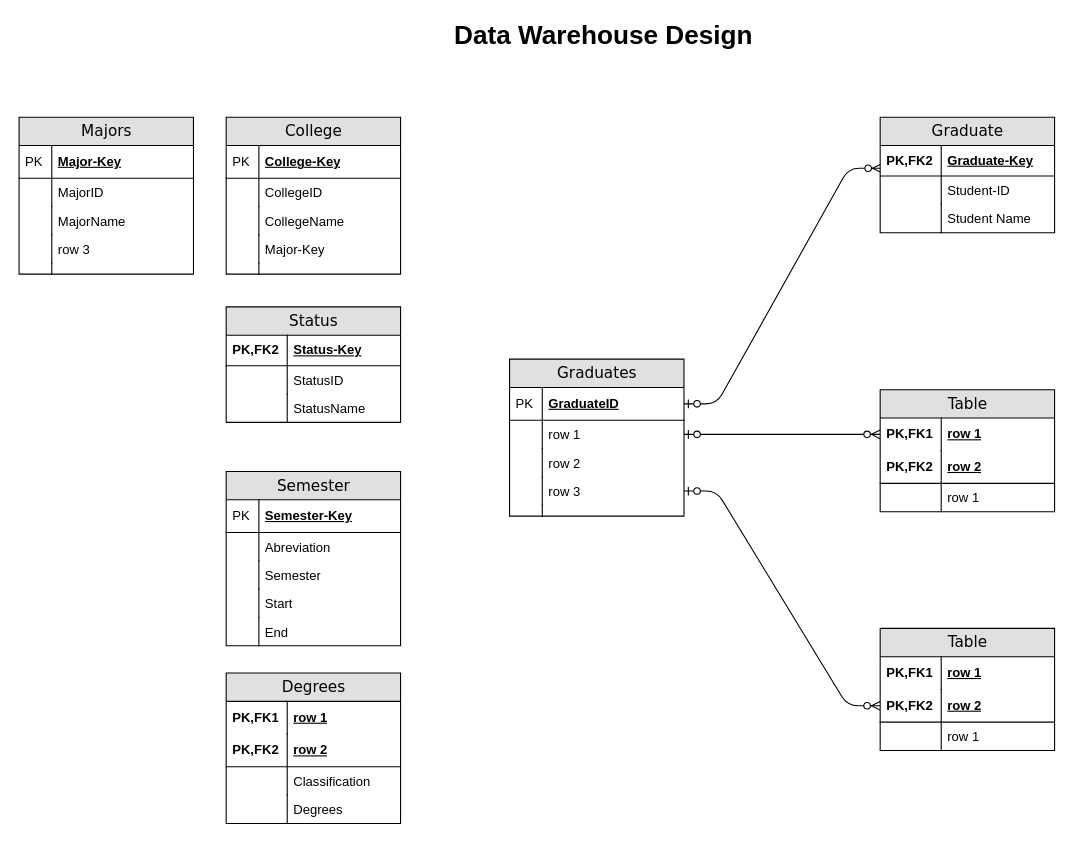
Earlier version of the draw.io diagram DataWarehousingDiagram.drawio (JoshuaFarara/DataWarehouse_ProjectReport). Source tidied: cells renumbered, new cells numbered last; positions are measured from the earlier drawing's top-left corner, leaving out a move shared by most shapes. Both pictures are drawn from the tidied source at 109%, with x=0, y=0 at pixel (19, 19).
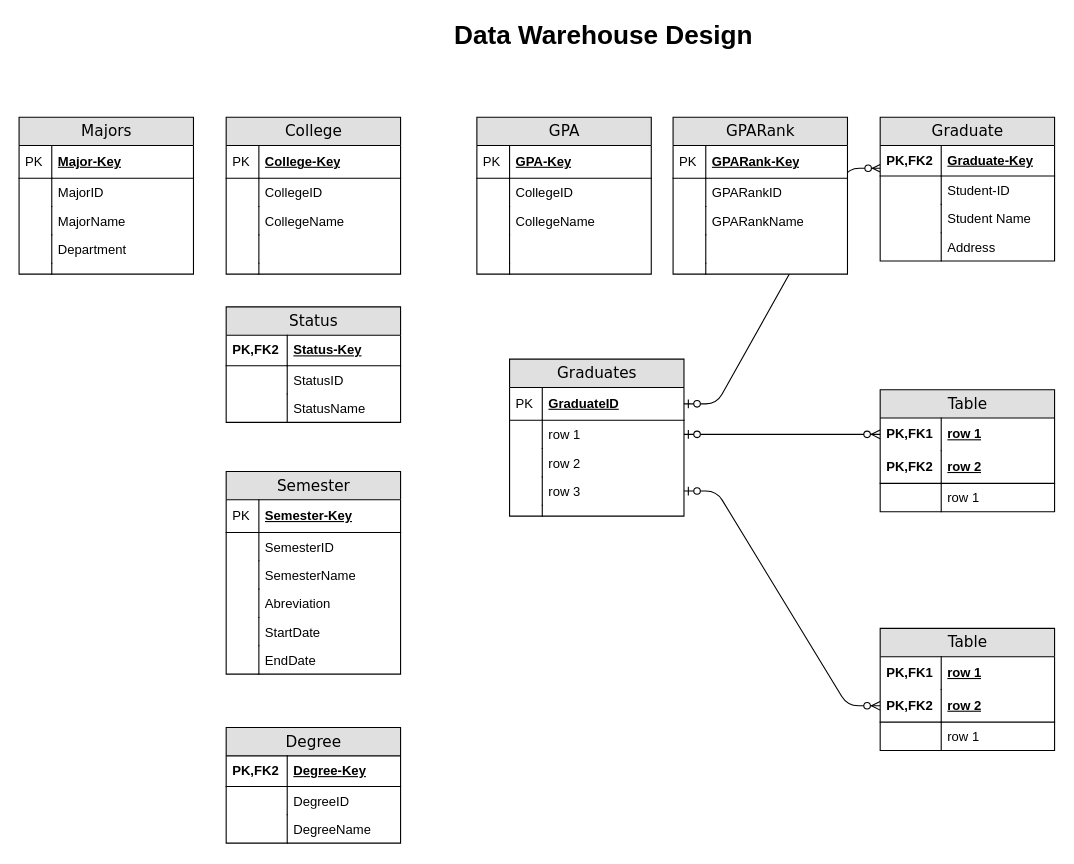
The same diagram, later.

Unchanged cells that the change refers to:
```xml
<mxCell id="9" value="Majors" style="swimlane;html=1;fontStyle=0;horizontal=1;startSize=26;fillColor=#e0e0e0;swimlaneFillColor=#ffffff;align=center;rounded=0;shadow=0;comic=0;labelBackgroundColor=none;strokeWidth=1;fontFamily=Verdana;fontSize=14;swimlaneLine=1;" parent="1" vertex="1">
  <mxGeometry y="90" width="160" height="144" as="geometry" />
</mxCell>
<mxCell id="68" value="College" style="swimlane;html=1;fontStyle=0;horizontal=1;startSize=26;fillColor=#e0e0e0;swimlaneFillColor=#ffffff;align=center;rounded=0;shadow=0;comic=0;labelBackgroundColor=none;strokeWidth=1;fontFamily=Verdana;fontSize=14;" parent="1" vertex="1">
  <mxGeometry x="190" y="90" width="160" height="144" as="geometry" />
</mxCell>
```

What changed in the source:
```diff
@@
-    <mxCell id="16" value="row 3" style="shape=partialRectangle;top=0;left=0;right=0;bottom=0;html=1;align=left;verticalAlign=top;fillColor=none;spacingLeft=34;spacingRight=4;whiteSpace=wrap;overflow=hidden;" parent="9" vertex="1">
+    <mxCell id="16" value="Department" style="shape=partialRectangle;top=0;left=0;right=0;bottom=0;html=1;align=left;verticalAlign=top;fillColor=none;spacingLeft=34;spacingRight=4;whiteSpace=wrap;overflow=hidden;" parent="9" vertex="1">
       <mxGeometry y="108" width="160" height="26" as="geometry" />
     </mxCell>
@@
     <mxCell id="20" value="Semester" style="swimlane;html=1;fontStyle=0;horizontal=1;startSize=26;fillColor=#e0e0e0;swimlaneFillColor=#ffffff;align=center;rounded=0;shadow=0;comic=0;labelBackgroundColor=none;strokeWidth=1;fontFamily=Verdana;fontSize=14;" parent="1" vertex="1">
-      <mxGeometry x="190" y="415" width="160" height="160" as="geometry" />
+      <mxGeometry x="190" y="415" width="160" height="186" as="geometry" />
     </mxCell>
@@
-    <mxCell id="23" value="Abreviation" style="shape=partialRectangle;top=0;left=0;right=0;bottom=0;html=1;align=left;verticalAlign=top;fillColor=none;spacingLeft=34;spacingRight=4;whiteSpace=wrap;overflow=hidden;" parent="20" vertex="1">
+    <mxCell id="23" value="SemesterID" style="shape=partialRectangle;top=0;left=0;right=0;bottom=0;html=1;align=left;verticalAlign=top;fillColor=none;spacingLeft=34;spacingRight=4;whiteSpace=wrap;overflow=hidden;" parent="20" vertex="1">
       <mxGeometry y="56" width="160" height="26" as="geometry" />
     </mxCell>
@@
-    <mxCell id="25" value="Semester" style="shape=partialRectangle;top=0;left=0;right=0;bottom=0;html=1;align=left;verticalAlign=top;fillColor=none;spacingLeft=34;spacingRight=4;whiteSpace=wrap;overflow=hidden;" parent="20" vertex="1">
+    <mxCell id="25" value="SemesterName" style="shape=partialRectangle;top=0;left=0;right=0;bottom=0;html=1;align=left;verticalAlign=top;fillColor=none;spacingLeft=34;spacingRight=4;whiteSpace=wrap;overflow=hidden;" parent="20" vertex="1">
       <mxGeometry y="82" width="160" height="26" as="geometry" />
     </mxCell>
@@
+    <mxCell id="87" value="Abreviation" style="shape=partialRectangle;top=0;left=0;right=0;bottom=0;html=1;align=left;verticalAlign=top;fillColor=none;spacingLeft=34;spacingRight=4;whiteSpace=wrap;overflow=hidden;" parent="20" vertex="1">
+      <mxGeometry y="108" width="160" height="26" as="geometry" />
+    </mxCell>
+    <mxCell id="88" style="shape=partialRectangle;top=0;left=0;bottom=0;html=1;fillColor=none;align=left;verticalAlign=top;spacingLeft=4;spacingRight=4;whiteSpace=wrap;overflow=hidden;" parent="87" vertex="1">
+      <mxGeometry width="30" height="26" as="geometry" />
+    </mxCell>
-    <mxCell id="27" value="Start" style="shape=partialRectangle;top=0;left=0;right=0;bottom=0;html=1;align=left;verticalAlign=top;fillColor=none;spacingLeft=34;spacingRight=4;whiteSpace=wrap;overflow=hidden;" parent="20" vertex="1">
-      <mxGeometry y="108" width="160" height="26" as="geometry" />
+    <mxCell id="27" value="StartDate" style="shape=partialRectangle;top=0;left=0;right=0;bottom=0;html=1;align=left;verticalAlign=top;fillColor=none;spacingLeft=34;spacingRight=4;whiteSpace=wrap;overflow=hidden;" parent="20" vertex="1">
+      <mxGeometry y="134" width="160" height="26" as="geometry" />
     </mxCell>
@@
-    <mxCell id="29" value="End" style="shape=partialRectangle;top=0;left=0;right=0;bottom=0;html=1;align=left;verticalAlign=top;fillColor=none;spacingLeft=34;spacingRight=4;whiteSpace=wrap;overflow=hidden;" parent="20" vertex="1">
-      <mxGeometry y="134" width="160" height="26" as="geometry" />
+    <mxCell id="29" value="EndDate" style="shape=partialRectangle;top=0;left=0;right=0;bottom=0;html=1;align=left;verticalAlign=top;fillColor=none;spacingLeft=34;spacingRight=4;whiteSpace=wrap;overflow=hidden;" parent="20" vertex="1">
+      <mxGeometry y="160" width="160" height="26" as="geometry" />
     </mxCell>
@@
-    <mxCell id="42" value="Degrees" style="swimlane;html=1;fontStyle=0;horizontal=1;startSize=26;fillColor=#e0e0e0;swimlaneFillColor=#ffffff;align=center;rounded=0;shadow=0;comic=0;labelBackgroundColor=none;strokeWidth=1;fontFamily=Verdana;fontSize=14;" parent="1" vertex="1">
-      <mxGeometry x="190" y="600" width="160" height="138" as="geometry" />
-    </mxCell>
-    <mxCell id="43" value="row 1" style="shape=partialRectangle;top=0;left=0;right=0;bottom=0;html=1;align=left;verticalAlign=middle;fillColor=none;spacingLeft=60;spacingRight=4;whiteSpace=wrap;overflow=hidden;fontStyle=5;" parent="42" vertex="1">
-      <mxGeometry y="26" width="160" height="30" as="geometry" />
-    </mxCell>
-    <mxCell id="44" value="PK,FK1" style="shape=partialRectangle;fontStyle=1;top=0;left=0;bottom=0;html=1;fillColor=none;align=left;verticalAlign=middle;spacingLeft=4;spacingRight=4;whiteSpace=wrap;overflow=hidden;" parent="43" vertex="1">
-      <mxGeometry width="56" height="30" as="geometry" />
-    </mxCell>
-    <mxCell id="45" value="row 2" style="shape=partialRectangle;top=0;left=0;right=0;bottom=1;html=1;align=left;verticalAlign=middle;fillColor=none;spacingLeft=60;spacingRight=4;whiteSpace=wrap;overflow=hidden;fontStyle=5;" parent="42" vertex="1">
-      <mxGeometry y="56" width="160" height="30" as="geometry" />
-    </mxCell>
-    <mxCell id="46" value="PK,FK2" style="shape=partialRectangle;fontStyle=1;top=0;left=0;bottom=0;html=1;fillColor=none;align=left;verticalAlign=middle;spacingLeft=4;spacingRight=4;whiteSpace=wrap;overflow=hidden;" parent="45" vertex="1">
-      <mxGeometry width="56" height="30" as="geometry" />
-    </mxCell>
-    <mxCell id="47" value="Classification" style="shape=partialRectangle;top=0;left=0;right=0;bottom=0;html=1;align=left;verticalAlign=top;fillColor=none;spacingLeft=60;spacingRight=4;whiteSpace=wrap;overflow=hidden;" parent="42" vertex="1">
-      <mxGeometry y="86" width="160" height="26" as="geometry" />
-    </mxCell>
-    <mxCell id="48" style="shape=partialRectangle;top=0;left=0;bottom=0;html=1;fillColor=none;align=left;verticalAlign=top;spacingLeft=4;spacingRight=4;whiteSpace=wrap;overflow=hidden;" parent="47" vertex="1">
-      <mxGeometry width="56" height="26" as="geometry" />
-    </mxCell>
-    <mxCell id="49" value="Degrees" style="shape=partialRectangle;top=0;left=0;right=0;bottom=0;html=1;align=left;verticalAlign=top;fillColor=none;spacingLeft=60;spacingRight=4;whiteSpace=wrap;overflow=hidden;" parent="42" vertex="1">
-      <mxGeometry y="112" width="160" height="26" as="geometry" />
-    </mxCell>
-    <mxCell id="50" style="shape=partialRectangle;top=0;left=0;bottom=0;html=1;fillColor=none;align=left;verticalAlign=top;spacingLeft=4;spacingRight=4;whiteSpace=wrap;overflow=hidden;" parent="49" vertex="1">
-      <mxGeometry width="56" height="26" as="geometry" />
-    </mxCell>
@@
-    <mxCell id="75" value="Major-Key" style="shape=partialRectangle;top=0;left=0;right=0;bottom=0;html=1;align=left;verticalAlign=top;fillColor=none;spacingLeft=34;spacingRight=4;whiteSpace=wrap;overflow=hidden;" parent="68" vertex="1">
+    <mxCell id="75" style="shape=partialRectangle;top=0;left=0;right=0;bottom=0;html=1;align=left;verticalAlign=top;fillColor=none;spacingLeft=34;spacingRight=4;whiteSpace=wrap;overflow=hidden;" parent="68" vertex="1">
       <mxGeometry y="108" width="160" height="26" as="geometry" />
     </mxCell>
@@
     <mxCell id="80" value="Graduate" style="swimlane;html=1;fontStyle=0;horizontal=1;startSize=26;fillColor=#e0e0e0;swimlaneFillColor=#ffffff;align=center;rounded=0;shadow=0;comic=0;labelBackgroundColor=none;strokeWidth=1;fontFamily=Verdana;fontSize=14;" parent="1" vertex="1">
-      <mxGeometry x="790" y="90" width="160" height="106" as="geometry" />
+      <mxGeometry x="790" y="90" width="160" height="132" as="geometry" />
     </mxCell>
@@
+    <mxCell id="89" value="Address" style="shape=partialRectangle;top=0;left=0;right=0;bottom=0;html=1;align=left;verticalAlign=top;fillColor=none;spacingLeft=60;spacingRight=4;whiteSpace=wrap;overflow=hidden;" parent="80" vertex="1">
+      <mxGeometry y="106" width="160" height="26" as="geometry" />
+    </mxCell>
+    <mxCell id="90" style="shape=partialRectangle;top=0;left=0;bottom=0;html=1;fillColor=none;align=left;verticalAlign=top;spacingLeft=4;spacingRight=4;whiteSpace=wrap;overflow=hidden;" parent="89" vertex="1">
+      <mxGeometry width="56" height="26" as="geometry" />
+    </mxCell>
+    <mxCell id="91" value="Degree" style="swimlane;html=1;fontStyle=0;horizontal=1;startSize=26;fillColor=#e0e0e0;swimlaneFillColor=#ffffff;align=center;rounded=0;shadow=0;comic=0;labelBackgroundColor=none;strokeWidth=1;fontFamily=Verdana;fontSize=14;" parent="1" vertex="1">
+      <mxGeometry x="190" y="650" width="160" height="106" as="geometry" />
+    </mxCell>
+    <mxCell id="92" value="Degree-Key" style="shape=partialRectangle;top=0;left=0;right=0;bottom=1;html=1;align=left;verticalAlign=middle;fillColor=none;spacingLeft=60;spacingRight=4;whiteSpace=wrap;overflow=hidden;fontStyle=5;" parent="91" vertex="1">
+      <mxGeometry y="26" width="160" height="28" as="geometry" />
+    </mxCell>
+    <mxCell id="46" value="PK,FK2" style="shape=partialRectangle;fontStyle=1;top=0;left=0;bottom=0;html=1;fillColor=none;align=left;verticalAlign=middle;spacingLeft=4;spacingRight=4;whiteSpace=wrap;overflow=hidden;" parent="92" vertex="1">
+      <mxGeometry width="56" height="28" as="geometry" />
+    </mxCell>
+    <mxCell id="93" value="DegreeID" style="shape=partialRectangle;top=0;left=0;right=0;bottom=0;html=1;align=left;verticalAlign=top;fillColor=none;spacingLeft=60;spacingRight=4;whiteSpace=wrap;overflow=hidden;" parent="91" vertex="1">
+      <mxGeometry y="54" width="160" height="26" as="geometry" />
+    </mxCell>
+    <mxCell id="94" style="shape=partialRectangle;top=0;left=0;bottom=0;html=1;fillColor=none;align=left;verticalAlign=top;spacingLeft=4;spacingRight=4;whiteSpace=wrap;overflow=hidden;" parent="93" vertex="1">
+      <mxGeometry width="56" height="26" as="geometry" />
+    </mxCell>
+    <mxCell id="95" value="DegreeName" style="shape=partialRectangle;top=0;left=0;right=0;bottom=0;html=1;align=left;verticalAlign=top;fillColor=none;spacingLeft=60;spacingRight=4;whiteSpace=wrap;overflow=hidden;" parent="91" vertex="1">
+      <mxGeometry y="80" width="160" height="26" as="geometry" />
+    </mxCell>
+    <mxCell id="96" style="shape=partialRectangle;top=0;left=0;bottom=0;html=1;fillColor=none;align=left;verticalAlign=top;spacingLeft=4;spacingRight=4;whiteSpace=wrap;overflow=hidden;" parent="95" vertex="1">
+      <mxGeometry width="56" height="26" as="geometry" />
+    </mxCell>
+    <mxCell id="97" value="GPA" style="swimlane;html=1;fontStyle=0;horizontal=1;startSize=26;fillColor=#e0e0e0;swimlaneFillColor=#ffffff;align=center;rounded=0;shadow=0;comic=0;labelBackgroundColor=none;strokeWidth=1;fontFamily=Verdana;fontSize=14;" parent="1" vertex="1">
+      <mxGeometry x="420" y="90" width="160" height="144" as="geometry" />
+    </mxCell>
+    <mxCell id="98" value="GPA-Key" style="shape=partialRectangle;top=0;left=0;right=0;bottom=1;html=1;align=left;verticalAlign=middle;fillColor=none;spacingLeft=34;spacingRight=4;whiteSpace=wrap;overflow=hidden;fontStyle=5;" parent="97" vertex="1">
+      <mxGeometry y="26" width="160" height="30" as="geometry" />
+    </mxCell>
+    <mxCell id="99" value="PK" style="shape=partialRectangle;top=0;left=0;bottom=0;html=1;fillColor=none;align=left;verticalAlign=middle;spacingLeft=4;spacingRight=4;whiteSpace=wrap;overflow=hidden;" parent="98" vertex="1">
+      <mxGeometry width="30" height="30" as="geometry" />
+    </mxCell>
+    <mxCell id="100" value="CollegeID" style="shape=partialRectangle;top=0;left=0;right=0;bottom=0;html=1;align=left;verticalAlign=top;fillColor=none;spacingLeft=34;spacingRight=4;whiteSpace=wrap;overflow=hidden;" parent="97" vertex="1">
+      <mxGeometry y="56" width="160" height="26" as="geometry" />
+    </mxCell>
+    <mxCell id="101" style="shape=partialRectangle;top=0;left=0;bottom=0;html=1;fillColor=none;align=left;verticalAlign=top;spacingLeft=4;spacingRight=4;whiteSpace=wrap;overflow=hidden;" parent="100" vertex="1">
+      <mxGeometry width="30" height="26" as="geometry" />
+    </mxCell>
+    <mxCell id="102" value="CollegeName" style="shape=partialRectangle;top=0;left=0;right=0;bottom=0;html=1;align=left;verticalAlign=top;fillColor=none;spacingLeft=34;spacingRight=4;whiteSpace=wrap;overflow=hidden;" parent="97" vertex="1">
+      <mxGeometry y="82" width="160" height="26" as="geometry" />
+    </mxCell>
+    <mxCell id="103" style="shape=partialRectangle;top=0;left=0;bottom=0;html=1;fillColor=none;align=left;verticalAlign=top;spacingLeft=4;spacingRight=4;whiteSpace=wrap;overflow=hidden;" parent="102" vertex="1">
+      <mxGeometry width="30" height="26" as="geometry" />
+    </mxCell>
+    <mxCell id="104" style="shape=partialRectangle;top=0;left=0;right=0;bottom=0;html=1;align=left;verticalAlign=top;fillColor=none;spacingLeft=34;spacingRight=4;whiteSpace=wrap;overflow=hidden;" parent="97" vertex="1">
+      <mxGeometry y="108" width="160" height="26" as="geometry" />
+    </mxCell>
+    <mxCell id="105" style="shape=partialRectangle;top=0;left=0;bottom=0;html=1;fillColor=none;align=left;verticalAlign=top;spacingLeft=4;spacingRight=4;whiteSpace=wrap;overflow=hidden;" parent="104" vertex="1">
+      <mxGeometry width="30" height="26" as="geometry" />
+    </mxCell>
+    <mxCell id="106" style="shape=partialRectangle;top=0;left=0;right=0;bottom=0;html=1;align=left;verticalAlign=top;fillColor=none;spacingLeft=34;spacingRight=4;whiteSpace=wrap;overflow=hidden;" parent="97" vertex="1">
+      <mxGeometry y="134" width="160" height="10" as="geometry" />
+    </mxCell>
+    <mxCell id="107" style="shape=partialRectangle;top=0;left=0;bottom=0;html=1;fillColor=none;align=left;verticalAlign=top;spacingLeft=4;spacingRight=4;whiteSpace=wrap;overflow=hidden;" parent="106" vertex="1">
+      <mxGeometry width="30" height="10" as="geometry" />
+    </mxCell>
+    <mxCell id="108" value="GPARank" style="swimlane;html=1;fontStyle=0;horizontal=1;startSize=26;fillColor=#e0e0e0;swimlaneFillColor=#ffffff;align=center;rounded=0;shadow=0;comic=0;labelBackgroundColor=none;strokeWidth=1;fontFamily=Verdana;fontSize=14;" parent="1" vertex="1">
+      <mxGeometry x="600" y="90" width="160" height="144" as="geometry" />
+    </mxCell>
+    <mxCell id="109" value="GPARank-Key" style="shape=partialRectangle;top=0;left=0;right=0;bottom=1;html=1;align=left;verticalAlign=middle;fillColor=none;spacingLeft=34;spacingRight=4;whiteSpace=wrap;overflow=hidden;fontStyle=5;" parent="108" vertex="1">
+      <mxGeometry y="26" width="160" height="30" as="geometry" />
+    </mxCell>
+    <mxCell id="110" value="PK" style="shape=partialRectangle;top=0;left=0;bottom=0;html=1;fillColor=none;align=left;verticalAlign=middle;spacingLeft=4;spacingRight=4;whiteSpace=wrap;overflow=hidden;" parent="109" vertex="1">
+      <mxGeometry width="30" height="30" as="geometry" />
+    </mxCell>
+    <mxCell id="111" value="GPARankID" style="shape=partialRectangle;top=0;left=0;right=0;bottom=0;html=1;align=left;verticalAlign=top;fillColor=none;spacingLeft=34;spacingRight=4;whiteSpace=wrap;overflow=hidden;" parent="108" vertex="1">
+      <mxGeometry y="56" width="160" height="26" as="geometry" />
+    </mxCell>
+    <mxCell id="112" style="shape=partialRectangle;top=0;left=0;bottom=0;html=1;fillColor=none;align=left;verticalAlign=top;spacingLeft=4;spacingRight=4;whiteSpace=wrap;overflow=hidden;" parent="111" vertex="1">
+      <mxGeometry width="30" height="26" as="geometry" />
+    </mxCell>
+    <mxCell id="113" value="GPARankName" style="shape=partialRectangle;top=0;left=0;right=0;bottom=0;html=1;align=left;verticalAlign=top;fillColor=none;spacingLeft=34;spacingRight=4;whiteSpace=wrap;overflow=hidden;" parent="108" vertex="1">
+      <mxGeometry y="82" width="160" height="26" as="geometry" />
+    </mxCell>
+    <mxCell id="114" style="shape=partialRectangle;top=0;left=0;bottom=0;html=1;fillColor=none;align=left;verticalAlign=top;spacingLeft=4;spacingRight=4;whiteSpace=wrap;overflow=hidden;" parent="113" vertex="1">
+      <mxGeometry width="30" height="26" as="geometry" />
+    </mxCell>
+    <mxCell id="115" style="shape=partialRectangle;top=0;left=0;right=0;bottom=0;html=1;align=left;verticalAlign=top;fillColor=none;spacingLeft=34;spacingRight=4;whiteSpace=wrap;overflow=hidden;" parent="108" vertex="1">
+      <mxGeometry y="108" width="160" height="26" as="geometry" />
+    </mxCell>
+    <mxCell id="116" style="shape=partialRectangle;top=0;left=0;bottom=0;html=1;fillColor=none;align=left;verticalAlign=top;spacingLeft=4;spacingRight=4;whiteSpace=wrap;overflow=hidden;" parent="115" vertex="1">
+      <mxGeometry width="30" height="26" as="geometry" />
+    </mxCell>
+    <mxCell id="117" style="shape=partialRectangle;top=0;left=0;right=0;bottom=0;html=1;align=left;verticalAlign=top;fillColor=none;spacingLeft=34;spacingRight=4;whiteSpace=wrap;overflow=hidden;" parent="108" vertex="1">
+      <mxGeometry y="134" width="160" height="10" as="geometry" />
+    </mxCell>
+    <mxCell id="118" style="shape=partialRectangle;top=0;left=0;bottom=0;html=1;fillColor=none;align=left;verticalAlign=top;spacingLeft=4;spacingRight=4;whiteSpace=wrap;overflow=hidden;" parent="117" vertex="1">
+      <mxGeometry width="30" height="10" as="geometry" />
+    </mxCell>
```
